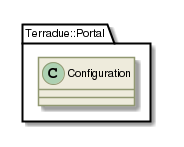
The PlantUML diagram _images/plantuml-8d5d5f202906fc0e79ade1d6ee0fb4e7f2d0ebba.png in Terradue/doc-tep-geohazards-arch, before a commit. The source it was exported from:
```plantuml
@startuml

skinparam backgroundColor #FFFFFF


skinparam sequence {

        ActorBorderColor #000000

        ArrowColor #919871
        ArrowFontSize 8
        ArrowFontStyle plain
        ArrowFontName Arial

        LifeLineBorderColor #919871
        LifeLineBackgroundColor #EEEBDC

        ParticipantBorderColor #919871
        ParticipantBackgroundColor #EEEBDC
        ParticipantFontName Arial
        ParticipantFontSize 10
        ParticipantFontColor #000000

        ActorBackgroundColor #EEEBDC
        ActorFontColor #000000
        ActorFontSize 10
        ActorFontName Arial

}

skinparam class {

	ArrowFontColor #000000
	ArrowFontSize 10
	ArrowFontStyle plain
	ArrowFontName Arial

	AttributeFontColor #000000
	AttributeFontSize 10
	AttributeIconSize 11
	AttributeFontStyle plain
	AttributeFontName Arial

	FontColor #000000
	FontSize 11
	FontStyle plain
	FontName Arial

	StereotypeFontColor #000000
	StereotypeFontSize 10
	StereotypeFontStyle plain
	StereotypeFontName Arial

	BackgroundColor #EEEBDC
 	ArrowColor #919871
 	BorderColor #919871

 }

skinparam component {

	FontSize 11
 	BackgroundColor #EEEBDC
 	InterfaceBackgroundColor white
	InterfaceBorderColor black
 	BorderColor #919871
	ArrowColor black
 	ArrowFontColor #777777
 	FontName Arial
 	ArrowFontName Arial



}

skinparam package {
	FontColor black
	FontSize 11
	FontStyle plain
	FontName Arial
}

skinparam state {
	BackgroundColor #EEEBDC
	BorderColor #919871
	ArrowColor  black


	FontColor black
	FontSize 11
	FontStyle plain
	FontName Arial

	ArrowFontColor black
	ArrowFontSize 11
	ArrowFontStyle plain
	ArrowFontName Arial
	AttributeFontColor black
	AttributeFontSize 11
	AttributeFontStyle plain
	AttributeFontName Arial

}

skinparam activity {

	ArrowColor black
	BackgroundColor #EEEBDC
	BorderColor #919871
	StartColor black
	EndColor black
	BarColor #919871

	FontColor black
	FontSize 11
	FontStyle plain
	FontName Arial

	ArrowFontColor black
	ArrowFontSize 11
	ArrowFontStyle plain
	ArrowFontName Arial

}

skinparam usecase {

	BackgroundColor #EEEBDC
 	InterfaceBackgroundColor white
	InterfaceBorderColor black
 	BorderColor #919871
	ArrowColor black
	ActorBorderColor #919871
	ActorFontName Courier

}
skinparam backgroundColor #FFFFFF
skinparam componentStyle uml2
set namespaceSeparator ::
class Terradue::Portal::Configuration {
[[../information/classes/class_terradue_1_1_portal_1_1_configuration.html]]
}

@enduml
```
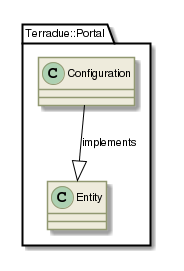
Above is the later version.

The edit, as a diff of the source:
```diff
@@ -140,5 +140,6 @@
 class Terradue::Portal::Configuration {
 [[../information/classes/class_terradue_1_1_portal_1_1_configuration.html]]
 }
+Terradue::Portal::Configuration  --|>  Terradue::Portal::Entity : implements
 
 @enduml
```
